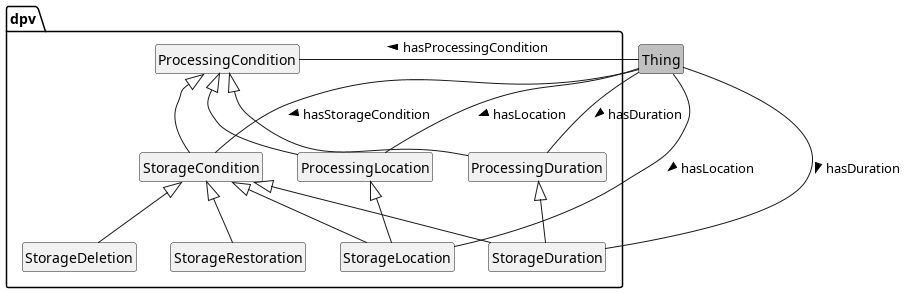
Earlier version of the PlantUML export 2.0/diagrams/overview_Storage.png (w3c/dpv).
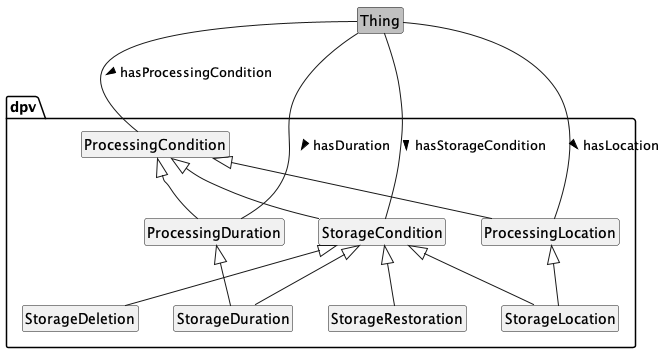
The same diagram one commit later.

Diff of the diagram source:
```diff
@@ -13,12 +13,10 @@
 	class StorageRestoration
 	class StorageCondition
 }
-Thing -r- StorageCondition: hasStorageCondition >
-Thing -r- ProcessingCondition: hasProcessingCondition >
-Thing -r- StorageDuration : hasDuration >
-Thing -r- StorageLocation: hasLocation >
-Thing -r- ProcessingDuration : hasDuration >
-Thing -r- ProcessingLocation: hasLocation >
+Thing -- StorageCondition: hasStorageCondition >
+Thing -- ProcessingCondition: hasProcessingCondition >
+Thing -- ProcessingDuration : hasDuration >
+Thing -- ProcessingLocation: hasLocation >
 
 StorageCondition <|-- StorageDuration
 StorageCondition <|-- StorageLocation
```
